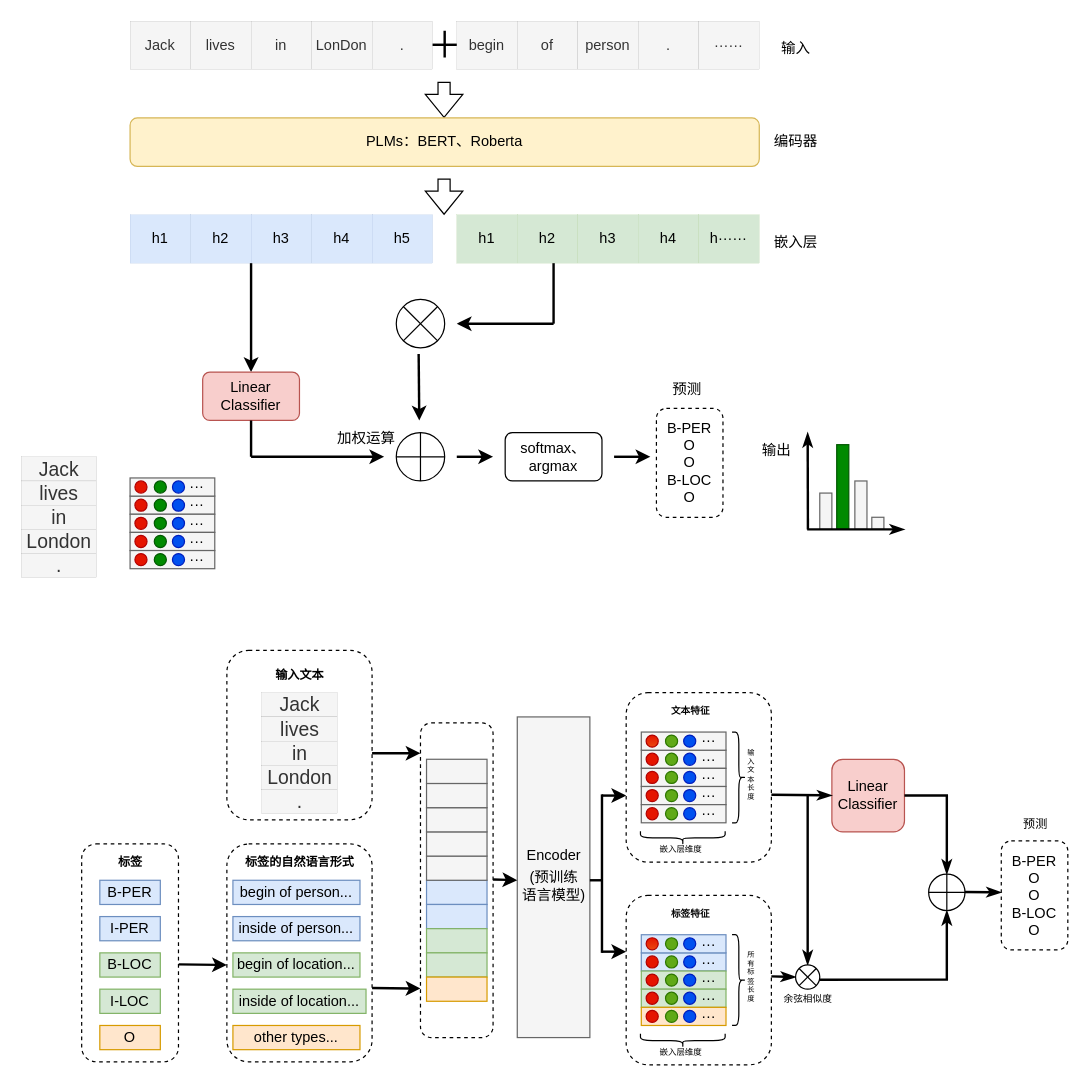
Ryan-xsh/first keeps this draw.io diagram as drawio/基于提示和自训练.drawio. Above is the earlier version. Source tidied: cells renumbered, new cells numbered last; positions are measured from the earlier drawing's top-left corner, leaving out a move shared by most shapes. Both pictures are drawn from the tidied source at 121%, with x=0, y=0 at pixel (21, 21).
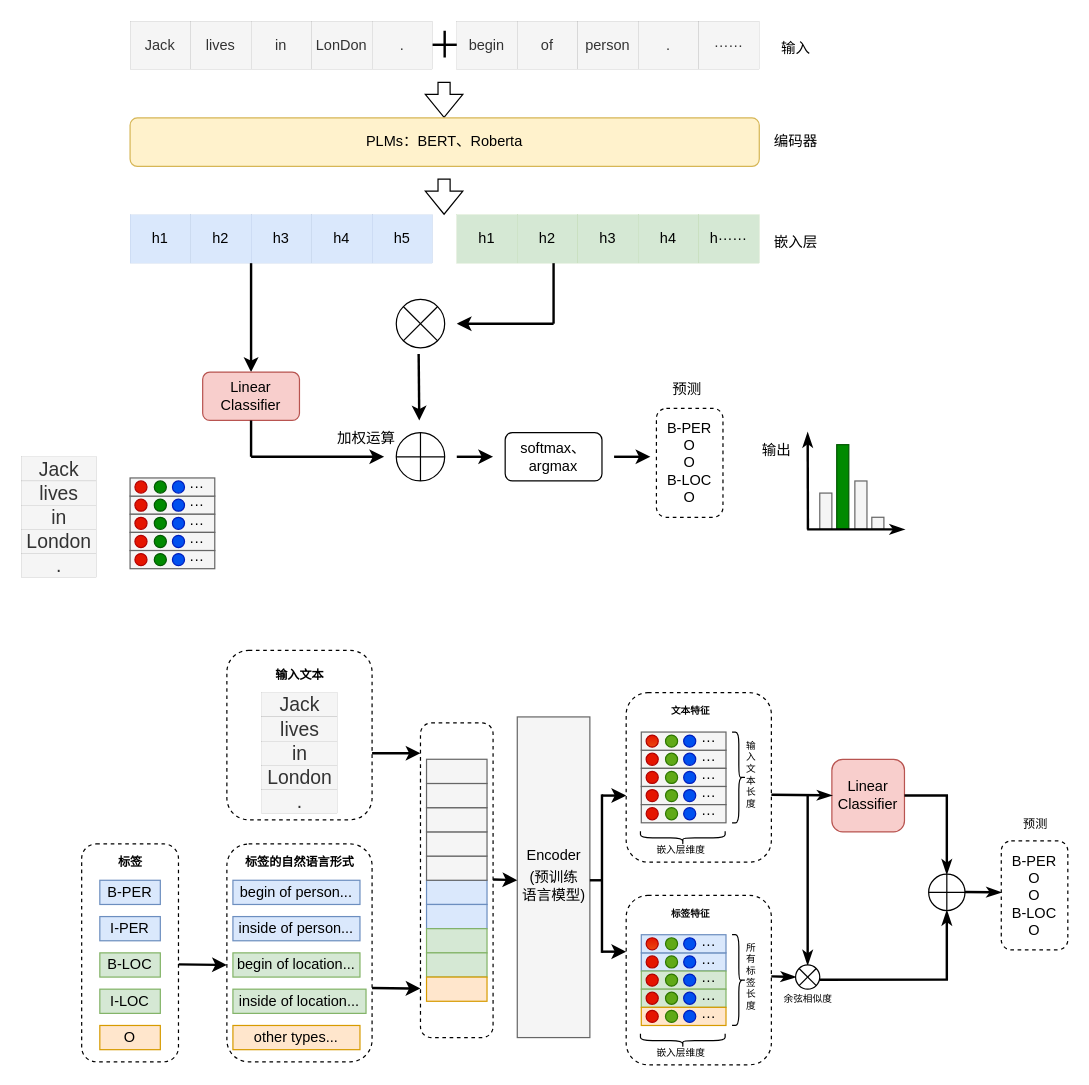
The same page after the edit.

Commit message:
更新基于提示和自训练.drawio

The edit, as a diff of the source:
```diff
@@
-    <mxCell id="147" value="嵌入层维度" style="text;html=1;align=center;verticalAlign=middle;strokeColor=none;fillColor=none;fontSize=7;" parent="1" vertex="1">
+    <mxCell id="147" value="嵌入层维度" style="text;html=1;align=center;verticalAlign=middle;strokeColor=none;fillColor=none;fontSize=8;" parent="1" vertex="1">
       <mxGeometry x="515" y="675" width="60" height="20" as="geometry" />
     </mxCell>
@@
-    <mxCell id="150" value="输&lt;br&gt;入&lt;br&gt;文&lt;br style=&quot;font-size: 6px;&quot;&gt;本&lt;br style=&quot;font-size: 6px;&quot;&gt;长&lt;br style=&quot;font-size: 6px;&quot;&gt;度" style="text;html=1;align=center;verticalAlign=middle;strokeColor=none;fillColor=none;flipV=0;flipH=0;horizontal=1;fontSize=6;" parent="1" vertex="1">
-      <mxGeometry x="587.5" y="592.5" width="30" height="60" as="geometry" />
+    <mxCell id="150" value="输&lt;br style=&quot;font-size: 8px;&quot;&gt;入&lt;br style=&quot;font-size: 8px;&quot;&gt;文&lt;br style=&quot;font-size: 8px;&quot;&gt;本&lt;br style=&quot;font-size: 8px;&quot;&gt;长&lt;br style=&quot;font-size: 8px;&quot;&gt;度" style="text;html=1;align=center;verticalAlign=middle;strokeColor=none;fillColor=none;flipV=0;flipH=0;horizontal=1;fontSize=8;" parent="1" vertex="1">
+      <mxGeometry x="587.5" y="587.5" width="30" height="70" as="geometry" />
     </mxCell>
@@
-    <mxCell id="180" value="嵌入层维度" style="text;html=1;align=center;verticalAlign=middle;strokeColor=none;fillColor=none;fontSize=7;" parent="1" vertex="1">
+    <mxCell id="180" value="嵌入层维度" style="text;html=1;align=center;verticalAlign=middle;strokeColor=none;fillColor=none;fontSize=8;" parent="1" vertex="1">
       <mxGeometry x="515" y="842.5" width="60" height="20" as="geometry" />
     </mxCell>
@@
-    <mxCell id="183" value="所&lt;br&gt;有&lt;br style=&quot;font-size: 6px;&quot;&gt;标&lt;br&gt;签&lt;br style=&quot;font-size: 6px;&quot;&gt;长&lt;br style=&quot;font-size: 6px;&quot;&gt;度" style="text;html=1;align=center;verticalAlign=middle;strokeColor=none;fillColor=none;flipV=0;flipH=0;horizontal=1;fontSize=6;" parent="1" vertex="1">
-      <mxGeometry x="587.5" y="760" width="30" height="60" as="geometry" />
+    <mxCell id="183" value="所&lt;br style=&quot;font-size: 8px;&quot;&gt;有&lt;br style=&quot;font-size: 8px;&quot;&gt;标&lt;br style=&quot;font-size: 8px;&quot;&gt;签&lt;br style=&quot;font-size: 8px;&quot;&gt;长&lt;br style=&quot;font-size: 8px;&quot;&gt;度" style="text;html=1;align=center;verticalAlign=middle;strokeColor=none;fillColor=none;flipV=0;flipH=0;horizontal=1;fontSize=8;" parent="1" vertex="1">
+      <mxGeometry x="587.5" y="755" width="30" height="70" as="geometry" />
     </mxCell>
```
